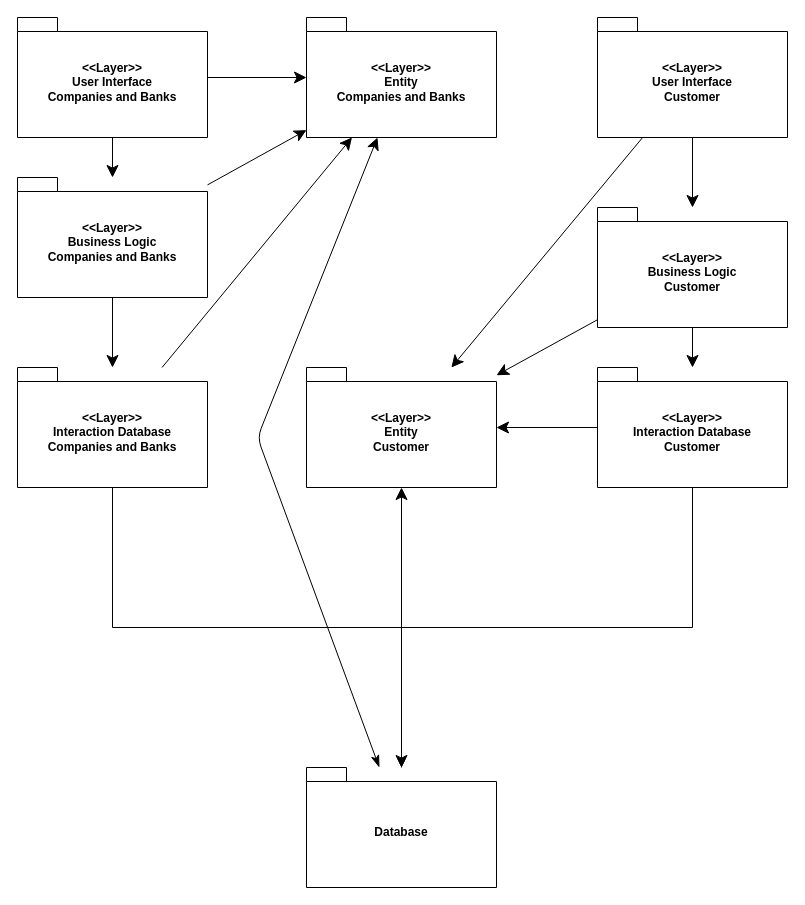
This is page "Pacote-v1" (3 of 3) of Projeto/Diagramas.drawio from ericdiniz/LDS-LAB02, a draw.io file, before an edit. Source tidied: cells renumbered, new cells numbered last; positions are measured from the earlier drawing's top-left corner, leaving out a move shared by most shapes. Both pictures are drawn from the tidied source at 100%, with x=0, y=0 at pixel (17, 17).
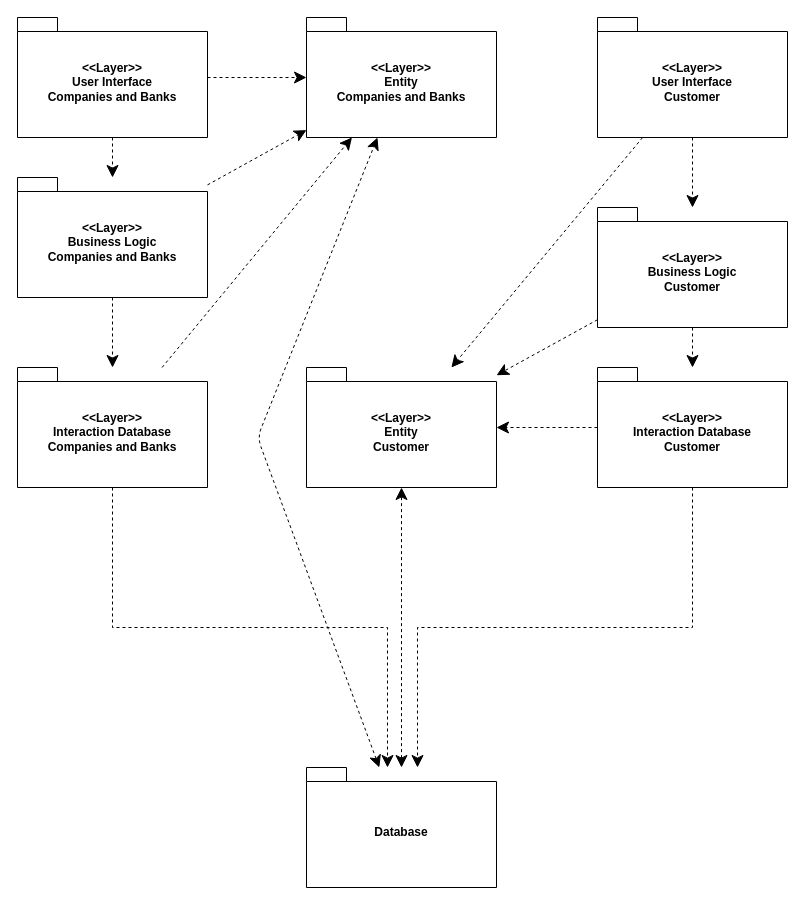
Above is the later version.

The change refers to these unchanged cells:
```xml
<mxCell id="4" value="&amp;lt;&amp;lt;Layer&amp;gt;&amp;gt;&lt;br&gt;User Interface&lt;br&gt;Companies and Banks" style="shape=folder;fontStyle=1;spacingTop=10;tabWidth=40;tabHeight=14;tabPosition=left;html=1;whiteSpace=wrap;" parent="1" vertex="1">
  <mxGeometry width="190" height="120" as="geometry" />
</mxCell>
<mxCell id="7" value="&amp;lt;&amp;lt;Layer&amp;gt;&amp;gt;&lt;br&gt;Business Logic&lt;br&gt;Companies and Banks" style="shape=folder;fontStyle=1;spacingTop=10;tabWidth=40;tabHeight=14;tabPosition=left;html=1;whiteSpace=wrap;" parent="1" vertex="1">
  <mxGeometry y="160" width="190" height="120" as="geometry" />
</mxCell>
<mxCell id="10" value="&amp;lt;&amp;lt;Layer&amp;gt;&amp;gt;&lt;br&gt;Interaction Database&lt;br&gt;Companies and Banks" style="shape=folder;fontStyle=1;spacingTop=10;tabWidth=40;tabHeight=14;tabPosition=left;html=1;whiteSpace=wrap;" parent="1" vertex="1">
  <mxGeometry y="350" width="190" height="120" as="geometry" />
</mxCell>
<mxCell id="13" value="Database" style="shape=folder;fontStyle=1;spacingTop=10;tabWidth=40;tabHeight=14;tabPosition=left;html=1;whiteSpace=wrap;" parent="1" vertex="1">
  <mxGeometry x="289" y="750" width="190" height="120" as="geometry" />
</mxCell>
<mxCell id="16" value="&amp;lt;&amp;lt;Layer&amp;gt;&amp;gt;&lt;br&gt;User Interface&lt;br&gt;Customer" style="shape=folder;fontStyle=1;spacingTop=10;tabWidth=40;tabHeight=14;tabPosition=left;html=1;whiteSpace=wrap;" parent="1" vertex="1">
  <mxGeometry x="580" width="190" height="120" as="geometry" />
</mxCell>
<mxCell id="19" value="&amp;lt;&amp;lt;Layer&amp;gt;&amp;gt;&lt;br&gt;Business Logic&lt;br&gt;Customer" style="shape=folder;fontStyle=1;spacingTop=10;tabWidth=40;tabHeight=14;tabPosition=left;html=1;whiteSpace=wrap;" parent="1" vertex="1">
  <mxGeometry x="580" y="190" width="190" height="120" as="geometry" />
</mxCell>
<mxCell id="22" value="&amp;lt;&amp;lt;Layer&amp;gt;&amp;gt;&lt;br&gt;Interaction Database&lt;br&gt;Customer" style="shape=folder;fontStyle=1;spacingTop=10;tabWidth=40;tabHeight=14;tabPosition=left;html=1;whiteSpace=wrap;" parent="1" vertex="1">
  <mxGeometry x="580" y="350" width="190" height="120" as="geometry" />
</mxCell>
<mxCell id="23" value="&amp;lt;&amp;lt;Layer&amp;gt;&amp;gt;&lt;br&gt;Entity&lt;br&gt;Companies and Banks" style="shape=folder;fontStyle=1;spacingTop=10;tabWidth=40;tabHeight=14;tabPosition=left;html=1;whiteSpace=wrap;" parent="1" vertex="1">
  <mxGeometry x="289" width="190" height="120" as="geometry" />
</mxCell>
<mxCell id="24" value="&amp;lt;&amp;lt;Layer&amp;gt;&amp;gt;&lt;br&gt;Entity&lt;br&gt;Customer" style="shape=folder;fontStyle=1;spacingTop=10;tabWidth=40;tabHeight=14;tabPosition=left;html=1;whiteSpace=wrap;" parent="1" vertex="1">
  <mxGeometry x="289" y="350" width="190" height="120" as="geometry" />
</mxCell>
```

What changed in the source:
```diff
@@
-    <mxCell id="2" style="edgeStyle=orthogonalEdgeStyle;rounded=0;jettySize=auto;html=1;endSize=10;startSize=10;" parent="1" edge="1" source="4" target="7">
+    <mxCell id="2" style="edgeStyle=orthogonalEdgeStyle;rounded=0;jettySize=auto;html=1;endSize=10;startSize=10;dashed=1;" parent="1" edge="1" source="4" target="7">
       <mxGeometry relative="1" as="geometry" />
     </mxCell>
-    <mxCell id="3" style="rounded=0;jettySize=auto;html=1;endSize=10;startSize=10;" parent="1" edge="1" source="4" target="23">
+    <mxCell id="3" style="rounded=0;jettySize=auto;html=1;endSize=10;startSize=10;dashed=1;" parent="1" edge="1" source="4" target="23">
       <mxGeometry relative="1" as="geometry" />
     </mxCell>
@@
-    <mxCell id="5" style="edgeStyle=orthogonalEdgeStyle;rounded=0;jettySize=auto;html=1;endSize=10;startSize=10;" parent="1" edge="1" source="7" target="10">
+    <mxCell id="5" style="edgeStyle=orthogonalEdgeStyle;rounded=0;jettySize=auto;html=1;endSize=10;startSize=10;dashed=1;" parent="1" edge="1" source="7" target="10">
       <mxGeometry relative="1" as="geometry" />
     </mxCell>
-    <mxCell id="6" style="rounded=0;jettySize=auto;html=1;endSize=10;startSize=10;" parent="1" edge="1" source="7" target="23">
+    <mxCell id="6" style="rounded=0;jettySize=auto;html=1;endSize=10;startSize=10;dashed=1;" parent="1" edge="1" source="7" target="23">
       <mxGeometry relative="1" as="geometry" />
     </mxCell>
@@
-    <mxCell id="8" style="edgeStyle=orthogonalEdgeStyle;rounded=0;jettySize=auto;html=1;" parent="1" edge="1" source="10" target="13">
+    <mxCell id="8" style="edgeStyle=orthogonalEdgeStyle;rounded=0;jettySize=auto;html=1;dashed=1;endSize=10;startSize=10;" parent="1" edge="1" source="10" target="13">
       <mxGeometry relative="1" as="geometry">
         <Array as="points">
           <mxPoint x="95" y="610" />
-          <mxPoint x="384" y="610" />
+          <mxPoint x="370" y="610" />
         </Array>
       </mxGeometry>
     </mxCell>
-    <mxCell id="9" style="rounded=0;jettySize=auto;html=1;endSize=10;startSize=10;" parent="1" edge="1" source="10" target="23">
+    <mxCell id="9" style="rounded=0;jettySize=auto;html=1;endSize=10;startSize=10;dashed=1;" parent="1" edge="1" source="10" target="23">
       <mxGeometry relative="1" as="geometry" />
     </mxCell>
@@
-    <mxCell id="11" style="edgeStyle=none;html=1;endSize=10;startSize=10;" parent="1" edge="1" source="13" target="24">
+    <mxCell id="11" style="edgeStyle=none;html=1;endSize=10;startSize=10;dashed=1;startArrow=classic;startFill=1;" parent="1" edge="1" source="13" target="24">
       <mxGeometry relative="1" as="geometry" />
     </mxCell>
-    <mxCell id="12" style="edgeStyle=none;html=1;startArrow=classicThin;startFill=1;endSize=10;startSize=10;" parent="1" edge="1" source="13" target="23">
+    <mxCell id="12" style="edgeStyle=none;html=1;startArrow=classic;startFill=1;endSize=10;startSize=10;dashed=1;" parent="1" edge="1" source="13" target="23">
       <mxGeometry relative="1" as="geometry">
         <Array as="points">
           <mxPoint x="240" y="420" />
         </Array>
       </mxGeometry>
     </mxCell>
@@
-    <mxCell id="14" style="edgeStyle=orthogonalEdgeStyle;rounded=0;jettySize=auto;html=1;endSize=10;startSize=10;" parent="1" edge="1" source="16" target="19">
+    <mxCell id="14" style="edgeStyle=orthogonalEdgeStyle;rounded=0;jettySize=auto;html=1;endSize=10;startSize=10;dashed=1;" parent="1" edge="1" source="16" target="19">
       <mxGeometry relative="1" as="geometry" />
     </mxCell>
-    <mxCell id="15" style="rounded=0;jettySize=auto;html=1;endSize=10;startSize=10;" parent="1" edge="1" source="16" target="24">
+    <mxCell id="15" style="rounded=0;jettySize=auto;html=1;endSize=10;startSize=10;dashed=1;" parent="1" edge="1" source="16" target="24">
       <mxGeometry relative="1" as="geometry" />
     </mxCell>
@@
-    <mxCell id="17" style="edgeStyle=orthogonalEdgeStyle;rounded=0;jettySize=auto;html=1;startSize=10;endSize=10;" parent="1" edge="1" source="19" target="22">
+    <mxCell id="17" style="edgeStyle=orthogonalEdgeStyle;rounded=0;jettySize=auto;html=1;startSize=10;endSize=10;dashed=1;" parent="1" edge="1" source="19" target="22">
       <mxGeometry relative="1" as="geometry" />
     </mxCell>
-    <mxCell id="18" style="rounded=0;jettySize=auto;html=1;endSize=10;startSize=10;" parent="1" edge="1" source="19" target="24">
+    <mxCell id="18" style="rounded=0;jettySize=auto;html=1;endSize=10;startSize=10;dashed=1;" parent="1" edge="1" source="19" target="24">
       <mxGeometry relative="1" as="geometry" />
     </mxCell>
@@
-    <mxCell id="20" style="edgeStyle=orthogonalEdgeStyle;rounded=0;jettySize=auto;html=1;endSize=10;startSize=10;" parent="1" edge="1" source="22" target="13">
+    <mxCell id="20" style="edgeStyle=orthogonalEdgeStyle;rounded=0;jettySize=auto;html=1;endSize=10;startSize=10;dashed=1;" parent="1" edge="1" source="22" target="13">
       <mxGeometry relative="1" as="geometry">
         <Array as="points">
           <mxPoint x="675" y="610" />
-          <mxPoint x="384" y="610" />
+          <mxPoint x="400" y="610" />
         </Array>
       </mxGeometry>
     </mxCell>
-    <mxCell id="21" style="rounded=0;jettySize=auto;html=1;endSize=10;startSize=10;" parent="1" edge="1" source="22" target="24">
+    <mxCell id="21" style="rounded=0;jettySize=auto;html=1;endSize=10;startSize=10;dashed=1;" parent="1" edge="1" source="22" target="24">
       <mxGeometry relative="1" as="geometry" />
     </mxCell>
```
